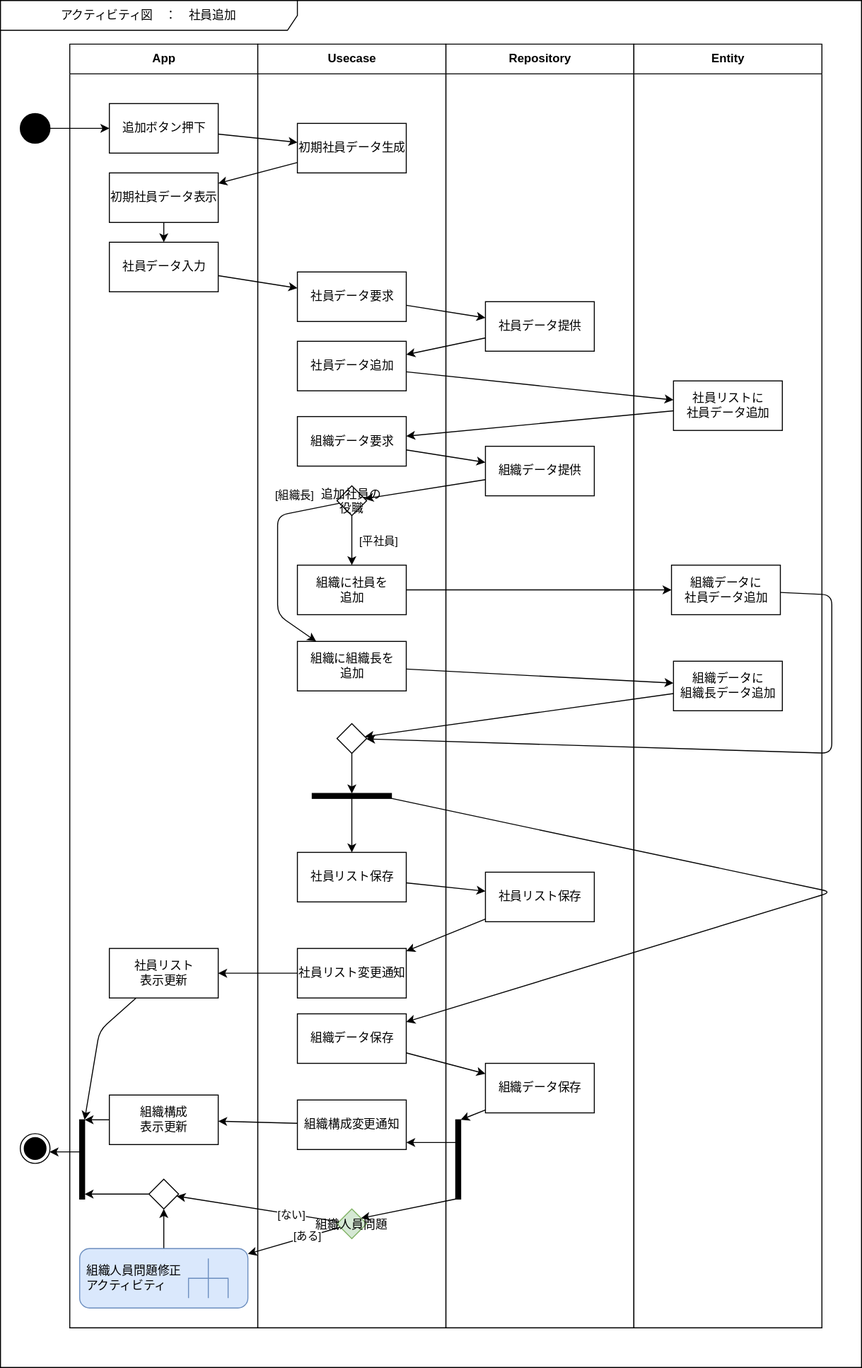
Before: Designs/アクティビティ/社員追加.svg, a diagram exported from draw.io (bosssanovar/LightMvvmSample). Source tidied: cells renumbered, new cells last; positions are measured from the earlier drawing's top-left corner, leaving out a move shared by most shapes.
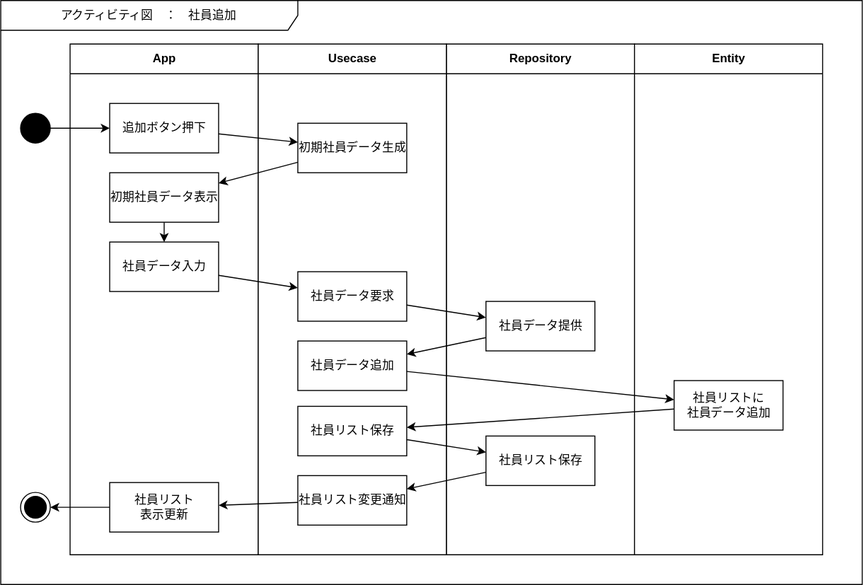
The same diagram one commit later.

Change to the diagram source:
```diff
@@ -3,37 +3,25 @@
     <mxCell id="0" />
     <mxCell id="1" parent="0" />
     <mxCell id="2" value="アクティビティ図　：　社員追加" style="shape=umlFrame;whiteSpace=wrap;html=1;swimlaneFillColor=#FFFFFF;width=300;height=30;" parent="1" vertex="1">
-      <mxGeometry width="870" height="1380" as="geometry" />
+      <mxGeometry width="870" height="590" as="geometry" />
     </mxCell>
     <mxCell id="3" value="Repository" style="swimlane;fontStyle=1;align=center;horizontal=1;startSize=30;html=1;swimlaneFillColor=#FFFFFF;" parent="1" vertex="1">
-      <mxGeometry x="450" y="44" width="190" height="1296" as="geometry" />
+      <mxGeometry x="450" y="44" width="190" height="516" as="geometry" />
     </mxCell>
     <mxCell id="4" value="社員データ提供" style="html=1;" parent="3" vertex="1">
       <mxGeometry x="40" y="260" width="110" height="50" as="geometry" />
     </mxCell>
-    <mxCell id="5" value="組織データ提供" style="html=1;" parent="3" vertex="1">
-      <mxGeometry x="40" y="406" width="110" height="50" as="geometry" />
-    </mxCell>
     <mxCell id="6" value="社員リスト保存" style="html=1;" parent="3" vertex="1">
-      <mxGeometry x="40" y="836" width="110" height="50" as="geometry" />
+      <mxGeometry x="40" y="396" width="110" height="50" as="geometry" />
     </mxCell>
-    <mxCell id="7" style="html=1;points=[];perimeter=orthogonalPerimeter;fillColor=strokeColor;" parent="3" vertex="1">
-      <mxGeometry x="10" y="1086" width="5" height="80" as="geometry" />
-    </mxCell>
     <mxCell id="8" value="Entity" style="swimlane;fontStyle=1;align=center;horizontal=1;startSize=30;html=1;swimlaneFillColor=#FFFFFF;" parent="1" vertex="1">
-      <mxGeometry x="640" y="44" width="190" height="1296" as="geometry" />
+      <mxGeometry x="640" y="44" width="190" height="516" as="geometry" />
     </mxCell>
     <mxCell id="9" value="社員リストに&lt;br&gt;社員データ追加" style="html=1;" parent="8" vertex="1">
       <mxGeometry x="40" y="340" width="110" height="50" as="geometry" />
     </mxCell>
-    <mxCell id="10" value="組織データに&lt;br&gt;組織長データ追加" style="html=1;" parent="8" vertex="1">
-      <mxGeometry x="40" y="623" width="110" height="50" as="geometry" />
-    </mxCell>
-    <mxCell id="11" value="組織データに&lt;br&gt;社員データ追加" style="html=1;" parent="8" vertex="1">
-      <mxGeometry x="38" y="526" width="110" height="50" as="geometry" />
-    </mxCell>
     <mxCell id="12" value="App" style="swimlane;fontStyle=1;align=center;horizontal=1;startSize=30;html=1;swimlaneFillColor=#FFFFFF;" parent="1" vertex="1">
-      <mxGeometry x="70" y="44" width="190" height="1296" as="geometry" />
+      <mxGeometry x="70" y="44" width="190" height="516" as="geometry" />
     </mxCell>
     <mxCell id="13" value="追加ボタン押下" style="html=1;" parent="12" vertex="1">
       <mxGeometry x="40" y="60" width="110" height="50" as="geometry" />
@@ -47,29 +35,8 @@
     <mxCell id="16" value="社員データ入力" style="html=1;" parent="12" vertex="1">
       <mxGeometry x="40" y="200" width="110" height="50" as="geometry" />
     </mxCell>
-    <mxCell id="17" style="html=1;points=[];perimeter=orthogonalPerimeter;fillColor=strokeColor;rotation=0;" parent="12" vertex="1">
-      <mxGeometry x="10" y="1086" width="5" height="80" as="geometry" />
-    </mxCell>
-    <mxCell id="18" style="edgeStyle=none;html=1;endArrow=classic;endFill=1;" parent="12" edge="1" source="19" target="21">
-      <mxGeometry relative="1" as="geometry" />
-    </mxCell>
-    <mxCell id="19" value="組織人員問題修正&lt;br&gt;アクティビティ" style="shape=mxgraph.uml25.behaviorAction;html=1;rounded=1;absoluteArcSize=1;arcSize=10;align=left;spacingLeft=5;fillColor=#dae8fc;strokeColor=#6c8ebf;" parent="12" vertex="1">
-      <mxGeometry x="10" y="1216" width="170" height="60" as="geometry" />
-    </mxCell>
-    <mxCell id="20" style="edgeStyle=none;html=1;endArrow=classic;endFill=1;" parent="12" edge="1" source="21" target="17">
-      <mxGeometry relative="1" as="geometry" />
-    </mxCell>
-    <mxCell id="21" style="rhombus;" parent="12" vertex="1">
-      <mxGeometry x="80" y="1146" width="30" height="30" as="geometry" />
-    </mxCell>
-    <mxCell id="22" style="edgeStyle=none;html=1;endArrow=classic;endFill=1;" parent="12" edge="1" source="23" target="17">
-      <mxGeometry relative="1" as="geometry" />
-    </mxCell>
-    <mxCell id="23" value="組織構成&lt;br&gt;表示更新" style="html=1;" parent="12" vertex="1">
-      <mxGeometry x="40" y="1061" width="110" height="50" as="geometry" />
-    </mxCell>
     <mxCell id="24" value="Usecase" style="swimlane;fontStyle=1;align=center;horizontal=1;startSize=30;html=1;swimlaneFillColor=#FFFFFF;" parent="1" vertex="1">
-      <mxGeometry x="260" y="44" width="190" height="1296" as="geometry" />
+      <mxGeometry x="260" y="44" width="190" height="516" as="geometry" />
     </mxCell>
     <mxCell id="25" value="初期社員データ生成" style="html=1;" parent="24" vertex="1">
       <mxGeometry x="40" y="80" width="110" height="50" as="geometry" />
@@ -80,70 +47,12 @@
     <mxCell id="27" value="社員データ追加" style="html=1;" parent="24" vertex="1">
       <mxGeometry x="40" y="300" width="110" height="50" as="geometry" />
     </mxCell>
-    <mxCell id="28" value="組織データ要求" style="html=1;" parent="24" vertex="1">
-      <mxGeometry x="40" y="376" width="110" height="50" as="geometry" />
-    </mxCell>
-    <mxCell id="29" value="組織に組織長を&lt;br&gt;追加" style="html=1;" parent="24" vertex="1">
-      <mxGeometry x="40" y="603" width="110" height="50" as="geometry" />
-    </mxCell>
     <mxCell id="30" value="社員リスト保存" style="html=1;" parent="24" vertex="1">
-      <mxGeometry x="40" y="816" width="110" height="50" as="geometry" />
+      <mxGeometry x="40" y="366" width="110" height="50" as="geometry" />
     </mxCell>
-    <mxCell id="31" style="edgeStyle=none;html=1;" parent="24" edge="1" source="32" target="30">
-      <mxGeometry relative="1" as="geometry" />
-    </mxCell>
-    <mxCell id="32" style="html=1;points=[];perimeter=orthogonalPerimeter;fillColor=strokeColor;rotation=-90;" parent="24" vertex="1">
-      <mxGeometry x="92.5" y="719" width="5" height="80" as="geometry" />
-    </mxCell>
-    <mxCell id="33" value="組織データ保存" style="html=1;" parent="24" vertex="1">
-      <mxGeometry x="40" y="979" width="110" height="50" as="geometry" />
-    </mxCell>
-    <mxCell id="34" style="edgeStyle=none;html=1;" parent="24" edge="1" source="32" target="33">
-      <mxGeometry relative="1" as="geometry">
-        <Array as="points">
-          <mxPoint x="580" y="856" />
-        </Array>
-      </mxGeometry>
-    </mxCell>
-    <mxCell id="35" style="edgeStyle=none;html=1;startArrow=none;" parent="24" edge="1" source="36" target="32">
-      <mxGeometry relative="1" as="geometry" />
-    </mxCell>
-    <mxCell id="36" style="rhombus;" parent="24" vertex="1">
-      <mxGeometry x="80" y="686" width="30" height="30" as="geometry" />
-    </mxCell>
-    <mxCell id="37" style="edgeStyle=none;html=1;" parent="24" edge="1" source="39" target="29">
-      <mxGeometry relative="1" as="geometry">
-        <Array as="points">
-          <mxPoint x="20" y="476" />
-          <mxPoint x="20" y="576" />
-        </Array>
-      </mxGeometry>
-    </mxCell>
-    <mxCell id="38" value="[組織長]" style="edgeLabel;html=1;align=center;verticalAlign=middle;" parent="37" vertex="1">
-      <mxGeometry x="-0.71" y="2" relative="1" as="geometry">
-        <mxPoint x="-16" y="-16" as="offset" />
-      </mxGeometry>
-    </mxCell>
-    <mxCell id="39" value="追加社員の&#10;役職" style="rhombus;" parent="24" vertex="1">
-      <mxGeometry x="80" y="446" width="30" height="30" as="geometry" />
-    </mxCell>
-    <mxCell id="40" value="組織に社員を&lt;br&gt;追加" style="html=1;" parent="24" vertex="1">
-      <mxGeometry x="40" y="526" width="110" height="50" as="geometry" />
-    </mxCell>
-    <mxCell id="41" style="edgeStyle=none;html=1;" parent="24" edge="1" source="39" target="40">
-      <mxGeometry relative="1" as="geometry" />
-    </mxCell>
-    <mxCell id="42" value="[平社員]" style="edgeLabel;html=1;align=center;verticalAlign=middle;" parent="41" vertex="1">
-      <mxGeometry x="-0.5" y="-1" relative="1" as="geometry">
-        <mxPoint x="27" y="12" as="offset" />
-      </mxGeometry>
-    </mxCell>
-    <mxCell id="43" value="組織人員問題" style="rhombus;fillColor=#d5e8d4;strokeColor=#82b366;" parent="24" vertex="1">
-      <mxGeometry x="80" y="1176" width="30" height="30" as="geometry" />
-    </mxCell>
-    <mxCell id="44" value="組織構成変更通知" style="html=1;" parent="24" vertex="1">
-      <mxGeometry x="40" y="1066" width="110" height="50" as="geometry" />
-    </mxCell>
+    <mxCell id="54" value="社員リスト変更通知" style="html=1;" parent="24" vertex="1">
+      <mxGeometry x="40" y="436" width="110" height="50" as="geometry" />
+    </mxCell>
     <mxCell id="45" style="edgeStyle=none;html=1;" parent="1" edge="1" source="46" target="13">
       <mxGeometry relative="1" as="geometry" />
     </mxCell>
@@ -168,12 +77,12 @@
     <mxCell id="52" style="edgeStyle=none;html=1;" parent="1" edge="1" source="27" target="9">
       <mxGeometry relative="1" as="geometry" />
     </mxCell>
+    <mxCell id="78" style="edgeStyle=none;html=1;" parent="1" edge="1" source="53" target="58">
+      <mxGeometry relative="1" as="geometry" />
+    </mxCell>
     <mxCell id="53" value="社員リスト&lt;br&gt;表示更新" style="html=1;" parent="1" vertex="1">
-      <mxGeometry x="110" y="957" width="110" height="50" as="geometry" />
+      <mxGeometry x="110" y="487" width="110" height="50" as="geometry" />
     </mxCell>
-    <mxCell id="54" value="社員リスト変更通知" style="html=1;" parent="1" vertex="1">
-      <mxGeometry x="300" y="957" width="110" height="50" as="geometry" />
-    </mxCell>
     <mxCell id="55" style="edgeStyle=none;html=1;" parent="1" edge="1" source="30" target="6">
       <mxGeometry relative="1" as="geometry" />
     </mxCell>
@@ -184,73 +93,10 @@
       <mxGeometry relative="1" as="geometry" />
     </mxCell>
     <mxCell id="58" style="ellipse;html=1;shape=endState;fillColor=strokeColor;" parent="1" vertex="1">
-      <mxGeometry x="20" y="1144" width="30" height="30" as="geometry" />
+      <mxGeometry x="20" y="497" width="30" height="30" as="geometry" />
     </mxCell>
-    <mxCell id="59" style="edgeStyle=none;html=1;" parent="1" edge="1" source="53" target="17">
-      <mxGeometry relative="1" as="geometry">
-        <Array as="points">
-          <mxPoint x="100" y="1040" />
-        </Array>
-      </mxGeometry>
-    </mxCell>
-    <mxCell id="60" style="edgeStyle=none;html=1;" parent="1" edge="1" source="9" target="28">
-      <mxGeometry relative="1" as="geometry" />
-    </mxCell>
-    <mxCell id="61" style="edgeStyle=none;html=1;" parent="1" edge="1" source="28" target="5">
-      <mxGeometry relative="1" as="geometry" />
-    </mxCell>
-    <mxCell id="62" style="edgeStyle=none;html=1;" parent="1" edge="1" source="29" target="10">
-      <mxGeometry relative="1" as="geometry" />
-    </mxCell>
-    <mxCell id="63" style="edgeStyle=none;html=1;" parent="1" edge="1" source="10" target="36">
-      <mxGeometry relative="1" as="geometry" />
-    </mxCell>
-    <mxCell id="64" style="edgeStyle=none;html=1;endArrow=classic;endFill=1;" parent="1" edge="1" source="65" target="7">
-      <mxGeometry relative="1" as="geometry" />
-    </mxCell>
-    <mxCell id="65" value="組織データ保存" style="html=1;" parent="1" vertex="1">
-      <mxGeometry x="490" y="1073" width="110" height="50" as="geometry" />
-    </mxCell>
-    <mxCell id="66" style="edgeStyle=none;html=1;" parent="1" edge="1" source="33" target="65">
-      <mxGeometry relative="1" as="geometry" />
-    </mxCell>
-    <mxCell id="67" style="edgeStyle=none;html=1;" parent="1" edge="1" source="17" target="58">
-      <mxGeometry relative="1" as="geometry" />
-    </mxCell>
-    <mxCell id="68" style="edgeStyle=none;html=1;" parent="1" edge="1" source="11" target="36">
-      <mxGeometry relative="1" as="geometry">
-        <Array as="points">
-          <mxPoint x="840" y="600" />
-          <mxPoint x="840" y="760" />
-        </Array>
-      </mxGeometry>
-    </mxCell>
-    <mxCell id="69" style="edgeStyle=none;html=1;" parent="1" edge="1" source="40" target="11">
-      <mxGeometry relative="1" as="geometry" />
-    </mxCell>
-    <mxCell id="70" style="edgeStyle=none;html=1;" parent="1" edge="1" source="5" target="39">
-      <mxGeometry relative="1" as="geometry" />
-    </mxCell>
-    <mxCell id="71" style="edgeStyle=none;html=1;endArrow=classic;endFill=1;" parent="1" edge="1" source="43" target="19">
-      <mxGeometry relative="1" as="geometry" />
-    </mxCell>
-    <mxCell id="72" value="[ある]" style="edgeLabel;html=1;align=center;verticalAlign=middle;" parent="71" vertex="1">
-      <mxGeometry x="-0.29" y="-1" relative="1" as="geometry" />
-    </mxCell>
-    <mxCell id="73" style="edgeStyle=none;html=1;endArrow=classic;endFill=1;" parent="1" edge="1" source="43" target="21">
-      <mxGeometry relative="1" as="geometry" />
-    </mxCell>
-    <mxCell id="74" value="[ない]" style="edgeLabel;html=1;align=center;verticalAlign=middle;" parent="73" vertex="1">
-      <mxGeometry x="-0.41" relative="1" as="geometry" />
-    </mxCell>
-    <mxCell id="75" style="edgeStyle=none;html=1;endArrow=classic;endFill=1;" parent="1" edge="1" source="7" target="43">
-      <mxGeometry relative="1" as="geometry" />
-    </mxCell>
-    <mxCell id="76" style="edgeStyle=none;html=1;endArrow=classic;endFill=1;" parent="1" edge="1" source="7" target="44">
-      <mxGeometry relative="1" as="geometry" />
-    </mxCell>
-    <mxCell id="77" style="edgeStyle=none;html=1;endArrow=classic;endFill=1;" parent="1" edge="1" source="44" target="23">
-      <mxGeometry relative="1" as="geometry" />
-    </mxCell>
+    <mxCell id="31" style="edgeStyle=none;html=1;" parent="1" edge="1" source="9" target="30">
+      <mxGeometry relative="1" as="geometry" />
+    </mxCell>
   </root>
 </mxGraphModel>
```
